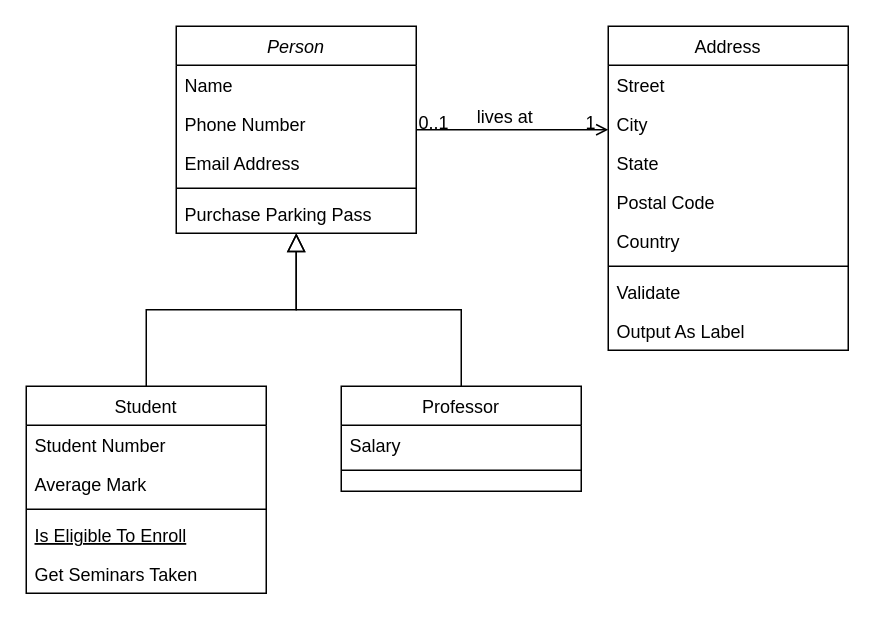
The draw.io diagram images/Untitled Diagram.drawio in LegendWeaver/Bippo-s-Quest, before the edit. Source tidied: cells renumbered, new cells numbered last; positions are measured from the earlier drawing's top-left corner, leaving out a move shared by most shapes. Both pictures are drawn from the tidied source at 150%, with x=0, y=0 at pixel (26, 26).
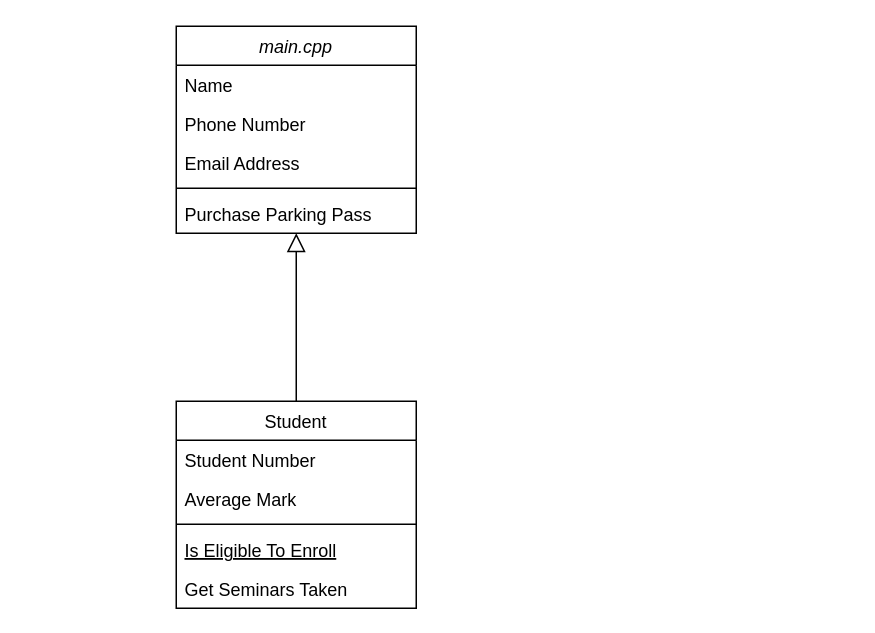
After the change.

The edit, as a diff of the source:
```diff
@@
-    <mxCell id="2" value="Person" style="swimlane;fontStyle=2;align=center;verticalAlign=top;horizontal=1;startSize=26;rounded=0;shadow=0;strokeWidth=1;" parent="1" vertex="1">
+    <mxCell id="2" value="main.cpp" style="swimlane;fontStyle=2;align=center;verticalAlign=top;horizontal=1;startSize=26;rounded=0;shadow=0;strokeWidth=1;" parent="1" vertex="1">
       <mxGeometry x="100" width="160" height="138" as="geometry" />
     </mxCell>
@@
     <mxCell id="8" value="Student" style="swimlane;fontStyle=0;align=center;verticalAlign=top;horizontal=1;startSize=26;rounded=0;shadow=0;strokeWidth=1;" parent="1" vertex="1">
-      <mxGeometry y="240" width="160" height="138" as="geometry" />
+      <mxGeometry x="100" y="250" width="160" height="138" as="geometry" />
     </mxCell>
@@
-    <mxCell id="15" value="Professor" style="swimlane;fontStyle=0;align=center;verticalAlign=top;horizontal=1;startSize=26;rounded=0;shadow=0;strokeWidth=1;" parent="1" vertex="1">
-      <mxGeometry x="210" y="240" width="160" height="70" as="geometry" />
-    </mxCell>
-    <mxCell id="16" value="Salary" style="text;align=left;verticalAlign=top;spacingLeft=4;spacingRight=4;overflow=hidden;" parent="15" vertex="1">
-      <mxGeometry y="26" width="160" height="26" as="geometry" />
-    </mxCell>
-    <mxCell id="17" style="line;html=1;strokeWidth=1;align=left;verticalAlign=middle;spacingTop=-1;spacingLeft=3;spacingRight=3;labelPosition=right;" parent="15" vertex="1">
-      <mxGeometry y="52" width="160" height="8" as="geometry" />
-    </mxCell>
-    <mxCell id="18" style="endArrow=block;endSize=10;endFill=0;shadow=0;strokeWidth=1;rounded=0;curved=0;edgeStyle=elbowEdgeStyle;elbow=vertical;" parent="1" edge="1" source="15" target="2">
-      <mxGeometry relative="1" as="geometry" />
-    </mxCell>
-    <mxCell id="19" value="Address" style="swimlane;fontStyle=0;align=center;verticalAlign=top;horizontal=1;startSize=26;rounded=0;shadow=0;strokeWidth=1;" parent="1" vertex="1">
-      <mxGeometry x="388" width="160" height="216" as="geometry" />
-    </mxCell>
-    <mxCell id="20" value="Street" style="text;align=left;verticalAlign=top;spacingLeft=4;spacingRight=4;overflow=hidden;" parent="19" vertex="1">
-      <mxGeometry y="26" width="160" height="26" as="geometry" />
-    </mxCell>
-    <mxCell id="21" value="City" style="text;align=left;verticalAlign=top;spacingLeft=4;spacingRight=4;overflow=hidden;rounded=0;shadow=0;html=0;" parent="19" vertex="1">
-      <mxGeometry y="52" width="160" height="26" as="geometry" />
-    </mxCell>
-    <mxCell id="22" value="State" style="text;align=left;verticalAlign=top;spacingLeft=4;spacingRight=4;overflow=hidden;rounded=0;shadow=0;html=0;" parent="19" vertex="1">
-      <mxGeometry y="78" width="160" height="26" as="geometry" />
-    </mxCell>
-    <mxCell id="23" value="Postal Code" style="text;align=left;verticalAlign=top;spacingLeft=4;spacingRight=4;overflow=hidden;rounded=0;shadow=0;html=0;" parent="19" vertex="1">
-      <mxGeometry y="104" width="160" height="26" as="geometry" />
-    </mxCell>
-    <mxCell id="24" value="Country" style="text;align=left;verticalAlign=top;spacingLeft=4;spacingRight=4;overflow=hidden;rounded=0;shadow=0;html=0;" parent="19" vertex="1">
-      <mxGeometry y="130" width="160" height="26" as="geometry" />
-    </mxCell>
-    <mxCell id="25" style="line;html=1;strokeWidth=1;align=left;verticalAlign=middle;spacingTop=-1;spacingLeft=3;spacingRight=3;labelPosition=right;" parent="19" vertex="1">
-      <mxGeometry y="156" width="160" height="8" as="geometry" />
-    </mxCell>
-    <mxCell id="26" value="Validate" style="text;align=left;verticalAlign=top;spacingLeft=4;spacingRight=4;overflow=hidden;" parent="19" vertex="1">
-      <mxGeometry y="164" width="160" height="26" as="geometry" />
-    </mxCell>
-    <mxCell id="27" value="Output As Label" style="text;align=left;verticalAlign=top;spacingLeft=4;spacingRight=4;overflow=hidden;" parent="19" vertex="1">
-      <mxGeometry y="190" width="160" height="26" as="geometry" />
-    </mxCell>
-    <mxCell id="28" style="endArrow=open;shadow=0;strokeWidth=1;rounded=0;curved=0;endFill=1;edgeStyle=elbowEdgeStyle;elbow=vertical;" parent="1" edge="1" source="2" target="19">
-      <mxGeometry x="0.5" y="41" relative="1" as="geometry">
-        <mxPoint x="-40" y="32" as="offset" />
-      </mxGeometry>
-    </mxCell>
-    <mxCell id="29" value="0..1" style="align=left;verticalAlign=bottom;labelBackgroundColor=none;fontSize=12;" parent="28" vertex="1">
-      <mxGeometry x="-1" relative="1" as="geometry">
-        <mxPoint y="4" as="offset" />
-      </mxGeometry>
-    </mxCell>
-    <mxCell id="30" value="1" style="align=right;verticalAlign=bottom;labelBackgroundColor=none;fontSize=12;" parent="28" vertex="1">
-      <mxGeometry x="1" relative="1" as="geometry">
-        <mxPoint x="-7" y="4" as="offset" />
-      </mxGeometry>
-    </mxCell>
-    <mxCell id="31" value="lives at" style="text;html=1;align=center;verticalAlign=middle;labelBackgroundColor=none;rounded=0;shadow=0;strokeWidth=1;fontSize=12;" parent="28" vertex="1">
-      <mxGeometry x="0.5" y="49" relative="1" as="geometry">
-        <mxPoint x="-38" y="40" as="offset" />
-      </mxGeometry>
-    </mxCell>
```
